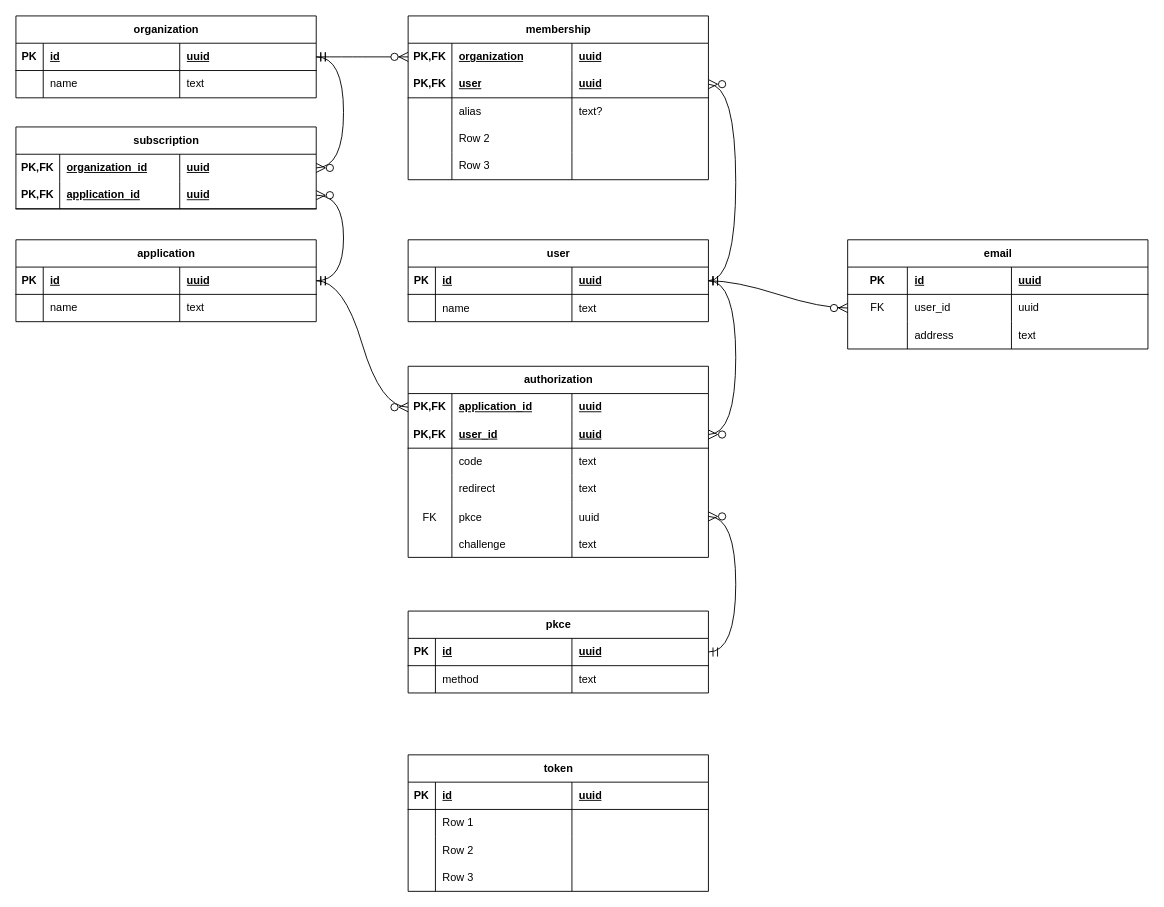
The draw.io diagram page "Schema" (1 of 2) of database.drawio in EliasEriksson/authentic, before the edit. Source tidied: cells renumbered, new cells numbered last; positions are measured from the earlier drawing's top-left corner, leaving out a move shared by most shapes. Both pictures are drawn from the tidied source at 91%, with x=0, y=0 at pixel (15, 15).
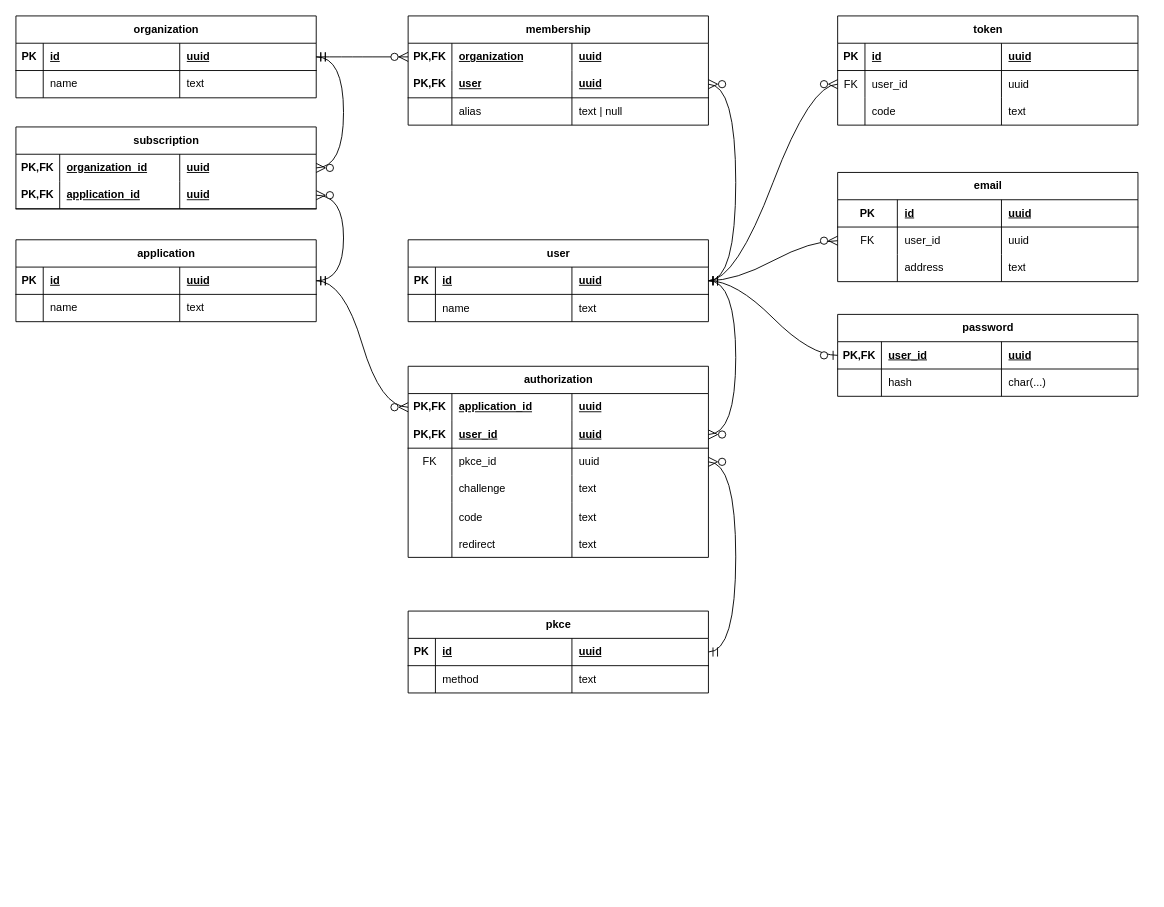
Above is the later version.

Unchanged cells that the change refers to:
```xml
<mxCell id="4" style="shape=tableRow;horizontal=0;startSize=0;swimlaneHead=0;swimlaneBody=0;fillColor=none;points=[[0,0.5],[1,0.5]];portConstraint=eastwest;top=0;left=0;right=0;bottom=1;" parent="3" vertex="1">
  <mxGeometry y="30" width="330" height="30" as="geometry" />
</mxCell>
<mxCell id="44" style="shape=tableRow;horizontal=0;startSize=0;swimlaneHead=0;swimlaneBody=0;fillColor=none;top=0;left=0;right=0;bottom=0;" parent="35" vertex="1">
  <mxGeometry y="90" width="330" height="30" as="geometry" />
</mxCell>
<mxCell id="85" style="shape=tableRow;horizontal=0;startSize=0;swimlaneHead=0;swimlaneBody=0;fillColor=none;points=[[0,0.5],[1,0.5]];portConstraint=eastwest;top=0;left=0;right=0;bottom=0;" parent="76" vertex="1">
  <mxGeometry y="90" width="330" height="30" as="geometry" />
</mxCell>
<mxCell id="89" style="shape=tableRow;horizontal=0;startSize=0;swimlaneHead=0;swimlaneBody=0;fillColor=none;top=0;left=0;right=0;bottom=0;" parent="76" vertex="1">
  <mxGeometry y="120" width="330" height="30" as="geometry" />
</mxCell>
<mxCell id="93" style="shape=tableRow;horizontal=0;startSize=0;swimlaneHead=0;swimlaneBody=0;fillColor=none;points=[[0,0.5],[1,0.5]];portConstraint=eastwest;top=0;left=0;right=0;bottom=0;fontFamily=Helvetica;fontSize=12;fontColor=default;labelBackgroundColor=default;" parent="76" vertex="1">
  <mxGeometry y="150" width="330" height="30" as="geometry" />
</mxCell>
<mxCell id="97" style="shape=tableRow;horizontal=0;startSize=0;swimlaneHead=0;swimlaneBody=0;fillColor=none;top=0;left=0;right=0;bottom=0;fontFamily=Helvetica;fontSize=12;fontColor=default;labelBackgroundColor=default;" parent="76" vertex="1">
  <mxGeometry y="180" width="330" height="30" as="geometry" />
</mxCell>
<mxCell id="102" style="shape=tableRow;horizontal=0;startSize=0;swimlaneHead=0;swimlaneBody=0;fillColor=none;points=[[0,0.5],[1,0.5]];portConstraint=eastwest;top=0;left=0;right=0;bottom=1;" parent="101" vertex="1">
  <mxGeometry y="30" width="330" height="30" as="geometry" />
</mxCell>
```

What changed in the source:
```diff
@@
     <mxCell id="12" value="email" style="shape=table;startSize=30;childLayout=tableLayout;rowLines=0;fontStyle=1;align=center;html=1;" parent="1" vertex="1">
-      <mxGeometry x="914" y="246" width="330" height="120" as="geometry" />
+      <mxGeometry x="903" y="172" width="330" height="120" as="geometry" />
     </mxCell>
@@
     <mxCell id="35" value="membership" style="shape=table;startSize=30;childLayout=tableLayout;rowLines=0;fontStyle=1;align=center;html=1;" parent="1" vertex="1">
-      <mxGeometry x="431" width="330" height="180" as="geometry" />
+      <mxGeometry x="431" width="330" height="120" as="geometry" />
     </mxCell>
@@
-    <mxCell id="47" value="text?" style="shape=partialRectangle;fillColor=none;top=0;left=0;bottom=0;right=0;align=left;spacingLeft=6;overflow=hidden;whiteSpace=wrap;html=1;" parent="44" vertex="1">
+    <mxCell id="47" value="text | null" style="shape=partialRectangle;fillColor=none;top=0;left=0;bottom=0;right=0;align=left;spacingLeft=6;overflow=hidden;whiteSpace=wrap;html=1;" parent="44" vertex="1">
       <mxGeometry x="180" width="150" height="30" as="geometry" />
     </mxCell>
-    <mxCell id="48" style="shape=tableRow;horizontal=0;startSize=0;swimlaneHead=0;swimlaneBody=0;fillColor=none;top=0;left=0;right=0;bottom=0;" parent="35" vertex="1">
-      <mxGeometry y="120" width="330" height="30" as="geometry" />
-    </mxCell>
-    <mxCell id="49" style="shape=partialRectangle;fillColor=none;top=0;left=0;bottom=0;right=0;overflow=hidden;whiteSpace=wrap;html=1;" parent="48" vertex="1">
-      <mxGeometry width="48.1" height="30" as="geometry" />
-    </mxCell>
-    <mxCell id="50" value="Row 2" style="shape=partialRectangle;fillColor=none;top=0;left=0;bottom=0;right=0;align=left;spacingLeft=6;overflow=hidden;whiteSpace=wrap;html=1;" parent="48" vertex="1">
-      <mxGeometry x="48.1" width="131.9" height="30" as="geometry" />
-    </mxCell>
-    <mxCell id="51" style="shape=partialRectangle;fillColor=none;top=0;left=0;bottom=0;right=0;align=left;spacingLeft=6;overflow=hidden;whiteSpace=wrap;html=1;" parent="48" vertex="1">
-      <mxGeometry x="180" width="150" height="30" as="geometry" />
-    </mxCell>
-    <mxCell id="52" style="shape=tableRow;horizontal=0;startSize=0;swimlaneHead=0;swimlaneBody=0;fillColor=none;top=0;left=0;right=0;bottom=0;" parent="35" vertex="1">
-      <mxGeometry y="150" width="330" height="30" as="geometry" />
-    </mxCell>
-    <mxCell id="53" style="shape=partialRectangle;fillColor=none;top=0;left=0;bottom=0;right=0;overflow=hidden;whiteSpace=wrap;html=1;" parent="52" vertex="1">
-      <mxGeometry width="48.1" height="30" as="geometry" />
-    </mxCell>
-    <mxCell id="54" value="Row 3" style="shape=partialRectangle;fillColor=none;top=0;left=0;bottom=0;right=0;align=left;spacingLeft=6;overflow=hidden;whiteSpace=wrap;html=1;" parent="52" vertex="1">
-      <mxGeometry x="48.1" width="131.9" height="30" as="geometry" />
-    </mxCell>
-    <mxCell id="55" style="shape=partialRectangle;fillColor=none;top=0;left=0;bottom=0;right=0;align=left;spacingLeft=6;overflow=hidden;whiteSpace=wrap;html=1;" parent="52" vertex="1">
-      <mxGeometry x="180" width="150" height="30" as="geometry" />
-    </mxCell>
@@
-    <mxCell id="86" style="shape=partialRectangle;fillColor=none;top=0;left=0;bottom=0;right=0;overflow=hidden;whiteSpace=wrap;html=1;" parent="85" vertex="1">
+    <mxCell id="86" value="FK" style="shape=partialRectangle;fillColor=none;top=0;left=0;bottom=0;right=0;overflow=hidden;whiteSpace=wrap;html=1;" parent="85" vertex="1">
       <mxGeometry width="48.1" height="30" as="geometry" />
     </mxCell>
-    <mxCell id="87" value="code" style="shape=partialRectangle;fillColor=none;top=0;left=0;bottom=0;right=0;align=left;spacingLeft=6;overflow=hidden;whiteSpace=wrap;html=1;" parent="85" vertex="1">
+    <mxCell id="87" value="pkce_id" style="shape=partialRectangle;fillColor=none;top=0;left=0;bottom=0;right=0;align=left;spacingLeft=6;overflow=hidden;whiteSpace=wrap;html=1;" parent="85" vertex="1">
       <mxGeometry x="48.1" width="131.9" height="30" as="geometry" />
     </mxCell>
-    <mxCell id="88" value="text" style="shape=partialRectangle;fillColor=none;top=0;left=0;bottom=0;right=0;align=left;spacingLeft=6;overflow=hidden;whiteSpace=wrap;html=1;" parent="85" vertex="1">
+    <mxCell id="88" value="uuid" style="shape=partialRectangle;fillColor=none;top=0;left=0;bottom=0;right=0;align=left;spacingLeft=6;overflow=hidden;whiteSpace=wrap;html=1;" parent="85" vertex="1">
       <mxGeometry x="180" width="150" height="30" as="geometry" />
     </mxCell>
@@
-    <mxCell id="91" value="redirect" style="shape=partialRectangle;fillColor=none;top=0;left=0;bottom=0;right=0;align=left;spacingLeft=6;overflow=hidden;whiteSpace=wrap;html=1;" parent="89" vertex="1">
+    <mxCell id="91" value="challenge" style="shape=partialRectangle;fillColor=none;top=0;left=0;bottom=0;right=0;align=left;spacingLeft=6;overflow=hidden;whiteSpace=wrap;html=1;" parent="89" vertex="1">
       <mxGeometry x="48.1" width="131.9" height="30" as="geometry" />
     </mxCell>
@@
-    <mxCell id="94" value="FK" style="shape=partialRectangle;fillColor=none;top=0;left=0;bottom=0;right=0;overflow=hidden;fontFamily=Helvetica;fontSize=12;fontColor=default;labelBackgroundColor=default;" parent="93" vertex="1">
+    <mxCell id="94" style="shape=partialRectangle;fillColor=none;top=0;left=0;bottom=0;right=0;overflow=hidden;fontFamily=Helvetica;fontSize=12;fontColor=default;labelBackgroundColor=default;" parent="93" vertex="1">
       <mxGeometry width="48.1" height="30" as="geometry" />
     </mxCell>
-    <mxCell id="95" value="pkce" style="shape=partialRectangle;fillColor=none;top=0;left=0;bottom=0;right=0;align=left;spacingLeft=6;overflow=hidden;fontFamily=Helvetica;fontSize=12;fontColor=default;labelBackgroundColor=default;" parent="93" vertex="1">
+    <mxCell id="95" value="code" style="shape=partialRectangle;fillColor=none;top=0;left=0;bottom=0;right=0;align=left;spacingLeft=6;overflow=hidden;fontFamily=Helvetica;fontSize=12;fontColor=default;labelBackgroundColor=default;" parent="93" vertex="1">
       <mxGeometry x="48.1" width="131.9" height="30" as="geometry" />
     </mxCell>
-    <mxCell id="96" value="uuid" style="shape=partialRectangle;fillColor=none;top=0;left=0;bottom=0;right=0;align=left;spacingLeft=6;overflow=hidden;fontFamily=Helvetica;fontSize=12;fontColor=default;labelBackgroundColor=default;" parent="93" vertex="1">
+    <mxCell id="96" value="text" style="shape=partialRectangle;fillColor=none;top=0;left=0;bottom=0;right=0;align=left;spacingLeft=6;overflow=hidden;fontFamily=Helvetica;fontSize=12;fontColor=default;labelBackgroundColor=default;" parent="93" vertex="1">
       <mxGeometry x="180" width="150" height="30" as="geometry" />
     </mxCell>
@@
-    <mxCell id="99" value="challenge" style="shape=partialRectangle;fillColor=none;top=0;left=0;bottom=0;right=0;align=left;spacingLeft=6;overflow=hidden;fontFamily=Helvetica;fontSize=12;fontColor=default;labelBackgroundColor=default;" parent="97" vertex="1">
+    <mxCell id="99" value="redirect" style="shape=partialRectangle;fillColor=none;top=0;left=0;bottom=0;right=0;align=left;spacingLeft=6;overflow=hidden;fontFamily=Helvetica;fontSize=12;fontColor=default;labelBackgroundColor=default;" parent="97" vertex="1">
       <mxGeometry x="48.1" width="131.9" height="30" as="geometry" />
     </mxCell>
@@
-    <mxCell id="110" style="edgeStyle=entityRelationEdgeStyle;shape=connector;curved=1;rounded=0;jettySize=auto;html=1;strokeColor=default;align=center;verticalAlign=middle;fontFamily=Helvetica;fontSize=12;fontColor=default;labelBackgroundColor=default;startArrow=ERmandOne;startSize=8;endArrow=ERzeroToMany;endSize=8;" parent="1" edge="1" source="102" target="93">
+    <mxCell id="110" style="edgeStyle=entityRelationEdgeStyle;shape=connector;curved=1;rounded=0;jettySize=auto;html=1;strokeColor=default;align=center;verticalAlign=middle;fontFamily=Helvetica;fontSize=12;fontColor=default;labelBackgroundColor=default;startArrow=ERmandOne;startSize=8;endArrow=ERzeroToMany;endSize=8;" parent="1" edge="1" source="102" target="85">
       <mxGeometry relative="1" as="geometry" />
     </mxCell>
@@
     <mxCell id="114" value="token" style="shape=table;startSize=30;childLayout=tableLayout;rowLines=0;fontStyle=1;align=center;html=1;" parent="1" vertex="1">
-      <mxGeometry x="431" y="812" width="330" height="150" as="geometry" />
+      <mxGeometry x="903" width="330" height="120" as="geometry" />
     </mxCell>
@@
+    <mxCell id="131" style="shape=tableRow;horizontal=0;startSize=0;swimlaneHead=0;swimlaneBody=0;fillColor=none;points=[[0,0.5],[1,0.5]];portConstraint=eastwest;top=0;left=0;right=0;bottom=0;fontFamily=Helvetica;fontSize=12;fontColor=default;labelBackgroundColor=default;" parent="114" vertex="1">
+      <mxGeometry y="60" width="330" height="30" as="geometry" />
+    </mxCell>
+    <mxCell id="132" value="FK" style="shape=partialRectangle;fillColor=none;top=0;left=0;bottom=0;right=0;overflow=hidden;fontFamily=Helvetica;fontSize=12;fontColor=default;labelBackgroundColor=default;" parent="131" vertex="1">
+      <mxGeometry width="30" height="30" as="geometry" />
+    </mxCell>
+    <mxCell id="133" value="user_id" style="shape=partialRectangle;fillColor=none;top=0;left=0;bottom=0;right=0;align=left;spacingLeft=6;overflow=hidden;fontFamily=Helvetica;fontSize=12;fontColor=default;labelBackgroundColor=default;" parent="131" vertex="1">
+      <mxGeometry x="30" width="150" height="30" as="geometry" />
+    </mxCell>
+    <mxCell id="134" value="uuid" style="shape=partialRectangle;fillColor=none;top=0;left=0;bottom=0;right=0;align=left;spacingLeft=6;overflow=hidden;fontFamily=Helvetica;fontSize=12;fontColor=default;labelBackgroundColor=default;" parent="131" vertex="1">
+      <mxGeometry x="180" width="150" height="30" as="geometry" />
+    </mxCell>
     <mxCell id="119" style="shape=tableRow;horizontal=0;startSize=0;swimlaneHead=0;swimlaneBody=0;fillColor=none;top=0;left=0;right=0;bottom=0;" parent="114" vertex="1">
-      <mxGeometry y="60" width="330" height="30" as="geometry" />
+      <mxGeometry y="90" width="330" height="30" as="geometry" />
     </mxCell>
@@
-    <mxCell id="121" value="Row 1" style="shape=partialRectangle;fillColor=none;top=0;left=0;bottom=0;right=0;align=left;spacingLeft=6;overflow=hidden;whiteSpace=wrap;html=1;" parent="119" vertex="1">
+    <mxCell id="121" value="code" style="shape=partialRectangle;fillColor=none;top=0;left=0;bottom=0;right=0;align=left;spacingLeft=6;overflow=hidden;whiteSpace=wrap;html=1;" parent="119" vertex="1">
       <mxGeometry x="30" width="150" height="30" as="geometry" />
     </mxCell>
-    <mxCell id="122" style="shape=partialRectangle;fillColor=none;top=0;left=0;bottom=0;right=0;align=left;spacingLeft=6;overflow=hidden;whiteSpace=wrap;html=1;" parent="119" vertex="1">
+    <mxCell id="122" value="text" style="shape=partialRectangle;fillColor=none;top=0;left=0;bottom=0;right=0;align=left;spacingLeft=6;overflow=hidden;whiteSpace=wrap;html=1;" parent="119" vertex="1">
       <mxGeometry x="180" width="150" height="30" as="geometry" />
     </mxCell>
-    <mxCell id="123" style="shape=tableRow;horizontal=0;startSize=0;swimlaneHead=0;swimlaneBody=0;fillColor=none;top=0;left=0;right=0;bottom=0;" parent="114" vertex="1">
-      <mxGeometry y="90" width="330" height="30" as="geometry" />
-    </mxCell>
-    <mxCell id="124" style="shape=partialRectangle;fillColor=none;top=0;left=0;bottom=0;right=0;overflow=hidden;whiteSpace=wrap;html=1;" parent="123" vertex="1">
-      <mxGeometry width="30" height="30" as="geometry" />
-    </mxCell>
-    <mxCell id="125" value="Row 2" style="shape=partialRectangle;fillColor=none;top=0;left=0;bottom=0;right=0;align=left;spacingLeft=6;overflow=hidden;whiteSpace=wrap;html=1;" parent="123" vertex="1">
-      <mxGeometry x="30" width="150" height="30" as="geometry" />
-    </mxCell>
-    <mxCell id="126" style="shape=partialRectangle;fillColor=none;top=0;left=0;bottom=0;right=0;align=left;spacingLeft=6;overflow=hidden;whiteSpace=wrap;html=1;" parent="123" vertex="1">
-      <mxGeometry x="180" width="150" height="30" as="geometry" />
-    </mxCell>
-    <mxCell id="127" style="shape=tableRow;horizontal=0;startSize=0;swimlaneHead=0;swimlaneBody=0;fillColor=none;top=0;left=0;right=0;bottom=0;" parent="114" vertex="1">
-      <mxGeometry y="120" width="330" height="30" as="geometry" />
-    </mxCell>
-    <mxCell id="128" style="shape=partialRectangle;fillColor=none;top=0;left=0;bottom=0;right=0;overflow=hidden;whiteSpace=wrap;html=1;" parent="127" vertex="1">
-      <mxGeometry width="30" height="30" as="geometry" />
-    </mxCell>
-    <mxCell id="129" value="Row 3" style="shape=partialRectangle;fillColor=none;top=0;left=0;bottom=0;right=0;align=left;spacingLeft=6;overflow=hidden;whiteSpace=wrap;html=1;" parent="127" vertex="1">
-      <mxGeometry x="30" width="150" height="30" as="geometry" />
-    </mxCell>
-    <mxCell id="130" style="shape=partialRectangle;fillColor=none;top=0;left=0;bottom=0;right=0;align=left;spacingLeft=6;overflow=hidden;whiteSpace=wrap;html=1;" parent="127" vertex="1">
-      <mxGeometry x="180" width="150" height="30" as="geometry" />
-    </mxCell>
+    <mxCell id="135" style="edgeStyle=entityRelationEdgeStyle;shape=connector;curved=1;rounded=0;jettySize=auto;html=1;strokeColor=default;align=center;verticalAlign=middle;fontFamily=Helvetica;fontSize=12;fontColor=default;labelBackgroundColor=default;startArrow=ERmandOne;startSize=8;endArrow=ERzeroToMany;endSize=8;" parent="1" edge="1" source="4" target="131">
+      <mxGeometry relative="1" as="geometry" />
+    </mxCell>
+    <mxCell id="136" value="password" style="shape=table;startSize=30;childLayout=tableLayout;rowLines=0;fontStyle=1;align=center;html=1;" parent="1" vertex="1">
+      <mxGeometry x="903" y="328" width="330" height="90" as="geometry" />
+    </mxCell>
+    <mxCell id="137" style="shape=tableRow;horizontal=0;startSize=0;swimlaneHead=0;swimlaneBody=0;fillColor=none;points=[[0,0.5],[1,0.5]];portConstraint=eastwest;top=0;left=0;right=0;bottom=1;" parent="136" vertex="1">
+      <mxGeometry y="30" width="330" height="30" as="geometry" />
+    </mxCell>
+    <mxCell id="138" value="PK,FK" style="shape=partialRectangle;fillColor=none;top=0;left=0;bottom=0;right=0;fontStyle=1;overflow=hidden;whiteSpace=wrap;html=1;" parent="137" vertex="1">
+      <mxGeometry width="48.1" height="30" as="geometry" />
+    </mxCell>
+    <mxCell id="139" value="user_id" style="shape=partialRectangle;fillColor=none;top=0;left=0;bottom=0;right=0;align=left;spacingLeft=6;fontStyle=5;overflow=hidden;whiteSpace=wrap;html=1;" parent="137" vertex="1">
+      <mxGeometry x="48.1" width="131.9" height="30" as="geometry" />
+    </mxCell>
+    <mxCell id="140" value="uuid" style="shape=partialRectangle;fillColor=none;top=0;left=0;bottom=0;right=0;align=left;spacingLeft=6;fontStyle=5;overflow=hidden;whiteSpace=wrap;html=1;" parent="137" vertex="1">
+      <mxGeometry x="180" width="150" height="30" as="geometry" />
+    </mxCell>
+    <mxCell id="141" style="shape=tableRow;horizontal=0;startSize=0;swimlaneHead=0;swimlaneBody=0;fillColor=none;top=0;left=0;right=0;bottom=0;" parent="136" vertex="1">
+      <mxGeometry y="60" width="330" height="30" as="geometry" />
+    </mxCell>
+    <mxCell id="142" style="shape=partialRectangle;fillColor=none;top=0;left=0;bottom=0;right=0;overflow=hidden;whiteSpace=wrap;html=1;" parent="141" vertex="1">
+      <mxGeometry width="48.1" height="30" as="geometry" />
+    </mxCell>
+    <mxCell id="143" value="hash" style="shape=partialRectangle;fillColor=none;top=0;left=0;bottom=0;right=0;align=left;spacingLeft=6;overflow=hidden;whiteSpace=wrap;html=1;" parent="141" vertex="1">
+      <mxGeometry x="48.1" width="131.9" height="30" as="geometry" />
+    </mxCell>
+    <mxCell id="144" value="char(...)" style="shape=partialRectangle;fillColor=none;top=0;left=0;bottom=0;right=0;align=left;spacingLeft=6;overflow=hidden;whiteSpace=wrap;html=1;" parent="141" vertex="1">
+      <mxGeometry x="180" width="150" height="30" as="geometry" />
+    </mxCell>
+    <mxCell id="145" style="edgeStyle=entityRelationEdgeStyle;fontSize=12;html=1;endArrow=ERzeroToOne;endFill=1;rounded=0;strokeColor=default;align=center;verticalAlign=middle;fontFamily=Helvetica;fontColor=default;labelBackgroundColor=default;startSize=8;endSize=8;curved=1;" parent="1" edge="1" source="4" target="137">
+      <mxGeometry relative="1" as="geometry" />
+    </mxCell>
```
